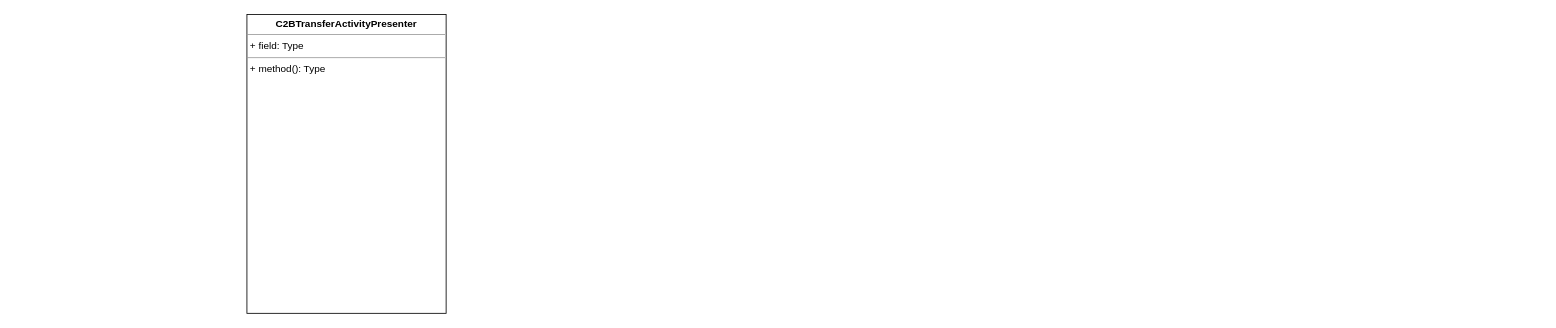
Before: UNI-14927.drawio in ShiryaevNikolay/diagrams, a draw.io diagram. Source tidied: cells renumbered, new cells numbered last; positions are measured from the earlier drawing's top-left corner, leaving out a move shared by most shapes. Both pictures are drawn from the tidied source at 83%, with x=0, y=0 at pixel (247, 14).
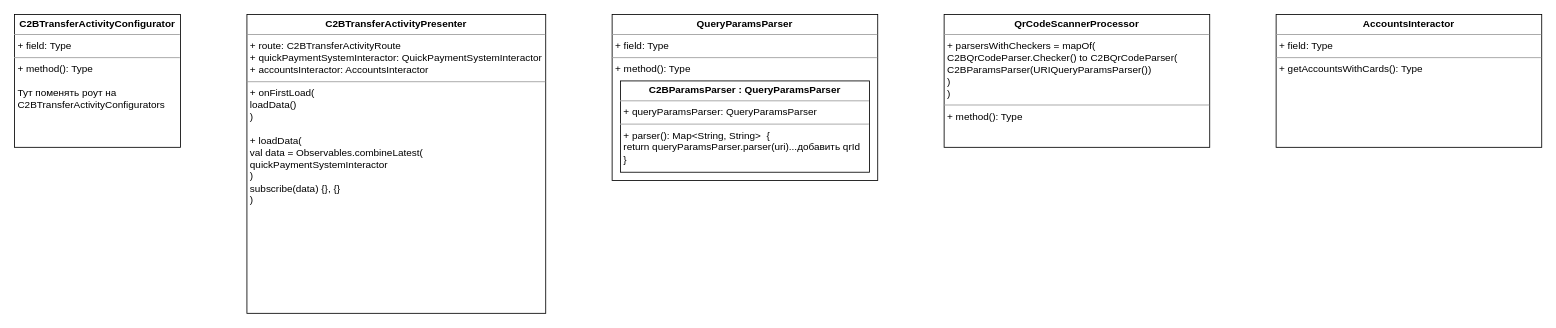
The same page after the edit.

Diff of the diagram source:
```diff
@@
 <mxGraphModel>
   <root>
     <mxCell id="0" />
     <mxCell id="1" parent="0" />
-    <mxCell id="2" value="&lt;p style=&quot;margin: 0px ; margin-top: 4px ; text-align: center&quot;&gt;&lt;b&gt;C2BTransferActivityPresenter&lt;/b&gt;&lt;/p&gt;&lt;hr size=&quot;1&quot;&gt;&lt;p style=&quot;margin: 0px ; margin-left: 4px&quot;&gt;+ field: Type&lt;/p&gt;&lt;hr size=&quot;1&quot;&gt;&lt;p style=&quot;margin: 0px ; margin-left: 4px&quot;&gt;+ method(): Type&lt;/p&gt;" style="verticalAlign=top;align=left;overflow=fill;fontSize=12;fontFamily=Helvetica;html=1;" parent="1" vertex="1">
-      <mxGeometry width="240" height="360" as="geometry" />
+    <mxCell id="2" value="&lt;p style=&quot;margin: 0px ; margin-top: 4px ; text-align: center&quot;&gt;&lt;b&gt;C2BTransferActivityPresenter&lt;/b&gt;&lt;/p&gt;&lt;hr size=&quot;1&quot;&gt;&lt;p style=&quot;margin: 0px ; margin-left: 4px&quot;&gt;+ route: C2BTransferActivityRoute&lt;/p&gt;&lt;p style=&quot;margin: 0px ; margin-left: 4px&quot;&gt;+ quickPaymentSystemInteractor: QuickPaymentSystemInteractor&lt;/p&gt;&lt;p style=&quot;margin: 0px ; margin-left: 4px&quot;&gt;+ accountsInteractor: AccountsInteractor&lt;br&gt;&lt;/p&gt;&lt;hr size=&quot;1&quot;&gt;&lt;p style=&quot;margin: 0px ; margin-left: 4px&quot;&gt;+ onFirstLoad(&lt;/p&gt;&lt;p style=&quot;margin: 0px ; margin-left: 4px&quot;&gt;loadData()&lt;br&gt;&lt;/p&gt;&lt;p style=&quot;margin: 0px ; margin-left: 4px&quot;&gt;)&lt;/p&gt;&lt;p style=&quot;margin: 0px ; margin-left: 4px&quot;&gt;&lt;br&gt;&lt;/p&gt;&lt;p style=&quot;margin: 0px ; margin-left: 4px&quot;&gt;+ loadData(&lt;/p&gt;&lt;p style=&quot;margin: 0px ; margin-left: 4px&quot;&gt;val data = Observables.combineLatest(&lt;/p&gt;&lt;p style=&quot;margin: 0px ; margin-left: 4px&quot;&gt;quickPaymentSystemInteractor&lt;br&gt;&lt;/p&gt;&lt;p style=&quot;margin: 0px ; margin-left: 4px&quot;&gt;)&lt;br&gt;&lt;/p&gt;&lt;p style=&quot;margin: 0px ; margin-left: 4px&quot;&gt;subscribe(data) {}, {}&lt;br&gt;&lt;/p&gt;&lt;p style=&quot;margin: 0px ; margin-left: 4px&quot;&gt;)&lt;br&gt;&lt;/p&gt;" style="verticalAlign=top;align=left;overflow=fill;fontSize=12;fontFamily=Helvetica;html=1;" parent="1" vertex="1">
+      <mxGeometry width="360" height="360" as="geometry" />
     </mxCell>
+    <mxCell id="3" value="&lt;p style=&quot;margin: 0px ; margin-top: 4px ; text-align: center&quot;&gt;&lt;b&gt;QueryParamsParser&lt;/b&gt;&lt;/p&gt;&lt;hr size=&quot;1&quot;&gt;&lt;p style=&quot;margin: 0px ; margin-left: 4px&quot;&gt;+ field: Type&lt;/p&gt;&lt;hr size=&quot;1&quot;&gt;&lt;p style=&quot;margin: 0px ; margin-left: 4px&quot;&gt;+ method(): Type&lt;/p&gt;" style="verticalAlign=top;align=left;overflow=fill;fontSize=12;fontFamily=Helvetica;html=1;" parent="1" vertex="1">
+      <mxGeometry x="440" width="320" height="200" as="geometry" />
+    </mxCell>
+    <mxCell id="4" value="&lt;p style=&quot;margin: 0px ; margin-top: 4px ; text-align: center&quot;&gt;&lt;b&gt;C2BParamsParser : QueryParamsParser&lt;br&gt;&lt;/b&gt;&lt;/p&gt;&lt;hr size=&quot;1&quot;&gt;&lt;p style=&quot;margin: 0px ; margin-left: 4px&quot;&gt;+ queryParamsParser: QueryParamsParser&lt;/p&gt;&lt;hr size=&quot;1&quot;&gt;&lt;p style=&quot;margin: 0px ; margin-left: 4px&quot;&gt;+ parser(): Map&amp;lt;String, String&amp;gt;&amp;nbsp; {&lt;/p&gt;&lt;p style=&quot;margin: 0px ; margin-left: 4px&quot;&gt;&lt;span&gt; &lt;/span&gt;return queryParamsParser.parser(uri)...добавить qrId&lt;br&gt;&lt;/p&gt;&lt;p style=&quot;margin: 0px ; margin-left: 4px&quot;&gt;}&lt;br&gt;&lt;/p&gt;" style="verticalAlign=top;align=left;overflow=fill;fontSize=12;fontFamily=Helvetica;html=1;" parent="1" vertex="1">
+      <mxGeometry x="450" y="80" width="300" height="110" as="geometry" />
+    </mxCell>
+    <mxCell id="5" value="&lt;p style=&quot;margin: 0px ; margin-top: 4px ; text-align: center&quot;&gt;&lt;b&gt;QrCodeScannerProcessor&lt;/b&gt;&lt;/p&gt;&lt;hr size=&quot;1&quot;&gt;&lt;p style=&quot;margin: 0px ; margin-left: 4px&quot;&gt;+ parsersWithCheckers = mapOf(&lt;/p&gt;&lt;p style=&quot;margin: 0px ; margin-left: 4px&quot;&gt;C2BQrCodeParser.Checker() to C2BQrCodeParser(&lt;/p&gt;&lt;p style=&quot;margin: 0px ; margin-left: 4px&quot;&gt;C2BParamsParser(URIQueryParamsParser())&lt;br&gt;&lt;/p&gt;&lt;p style=&quot;margin: 0px ; margin-left: 4px&quot;&gt;)&lt;br&gt;&lt;/p&gt;&lt;p style=&quot;margin: 0px ; margin-left: 4px&quot;&gt;)&lt;br&gt;&lt;/p&gt;&lt;hr size=&quot;1&quot;&gt;&lt;p style=&quot;margin: 0px ; margin-left: 4px&quot;&gt;+ method(): Type&lt;/p&gt;" style="verticalAlign=top;align=left;overflow=fill;fontSize=12;fontFamily=Helvetica;html=1;" parent="1" vertex="1">
+      <mxGeometry x="840" width="320" height="160" as="geometry" />
+    </mxCell>
+    <mxCell id="6" value="&lt;p style=&quot;margin: 0px ; margin-top: 4px ; text-align: center&quot;&gt;&lt;b&gt;C2BTransferActivityConfigurator&lt;/b&gt;&lt;/p&gt;&lt;hr size=&quot;1&quot;&gt;&lt;p style=&quot;margin: 0px ; margin-left: 4px&quot;&gt;+ field: Type&lt;/p&gt;&lt;hr size=&quot;1&quot;&gt;&lt;p style=&quot;margin: 0px ; margin-left: 4px&quot;&gt;+ method(): Type&lt;/p&gt;&lt;p style=&quot;margin: 0px ; margin-left: 4px&quot;&gt;&lt;br&gt;&lt;/p&gt;&lt;p style=&quot;margin: 0px ; margin-left: 4px&quot;&gt;Тут поменять роут на &lt;br&gt;&lt;/p&gt;&lt;p style=&quot;margin: 0px ; margin-left: 4px&quot;&gt;C2BTransferActivityConfigurators&lt;br&gt;&lt;/p&gt;" style="verticalAlign=top;align=left;overflow=fill;fontSize=12;fontFamily=Helvetica;html=1;" parent="1" vertex="1">
+      <mxGeometry x="-280" width="200" height="160" as="geometry" />
+    </mxCell>
+    <mxCell id="7" value="&lt;p style=&quot;margin: 0px ; margin-top: 4px ; text-align: center&quot;&gt;&lt;b&gt;AccountsInteractor&lt;/b&gt;&lt;/p&gt;&lt;hr size=&quot;1&quot;&gt;&lt;p style=&quot;margin: 0px ; margin-left: 4px&quot;&gt;+ field: Type&lt;/p&gt;&lt;hr size=&quot;1&quot;&gt;&lt;p style=&quot;margin: 0px ; margin-left: 4px&quot;&gt;+ getAccountsWithCards(): Type&lt;/p&gt;" style="verticalAlign=top;align=left;overflow=fill;fontSize=12;fontFamily=Helvetica;html=1;" parent="1" vertex="1">
+      <mxGeometry x="1240" width="320" height="160" as="geometry" />
+    </mxCell>
   </root>
 </mxGraphModel>
```
